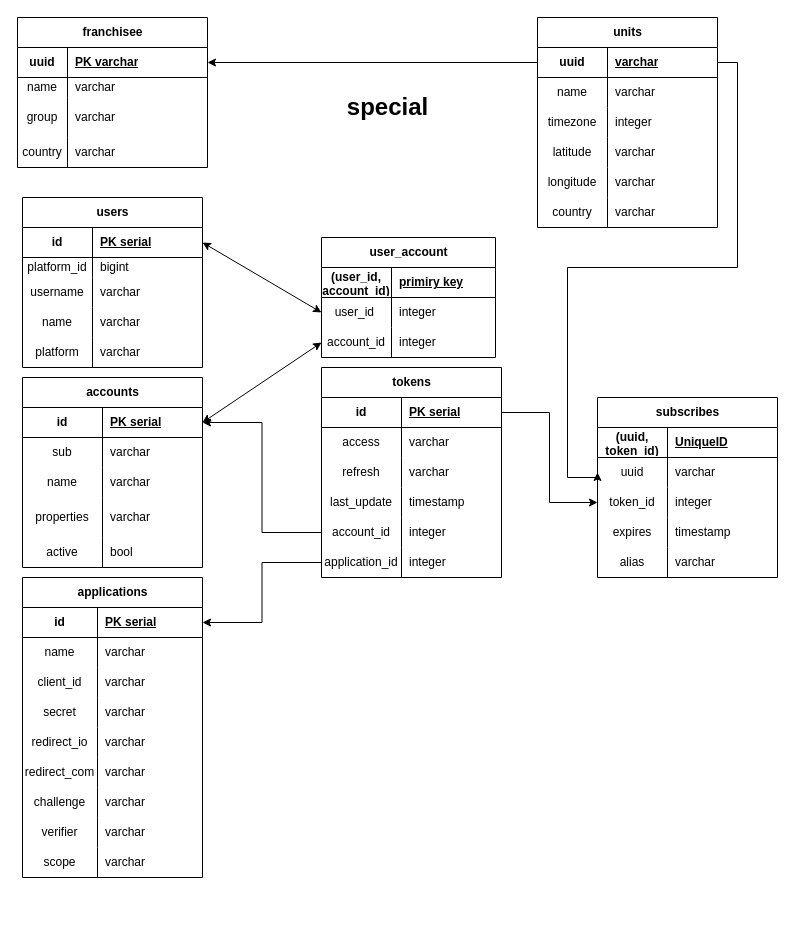
kha1l/services keeps this draw.io diagram as static/default.drawio. Above is the earlier version. Source tidied: cells renumbered, new cells numbered last; positions are measured from the earlier drawing's top-left corner, leaving out a move shared by most shapes. Both pictures are drawn from the tidied source at 100%, with x=0, y=0 at pixel (17, 17).
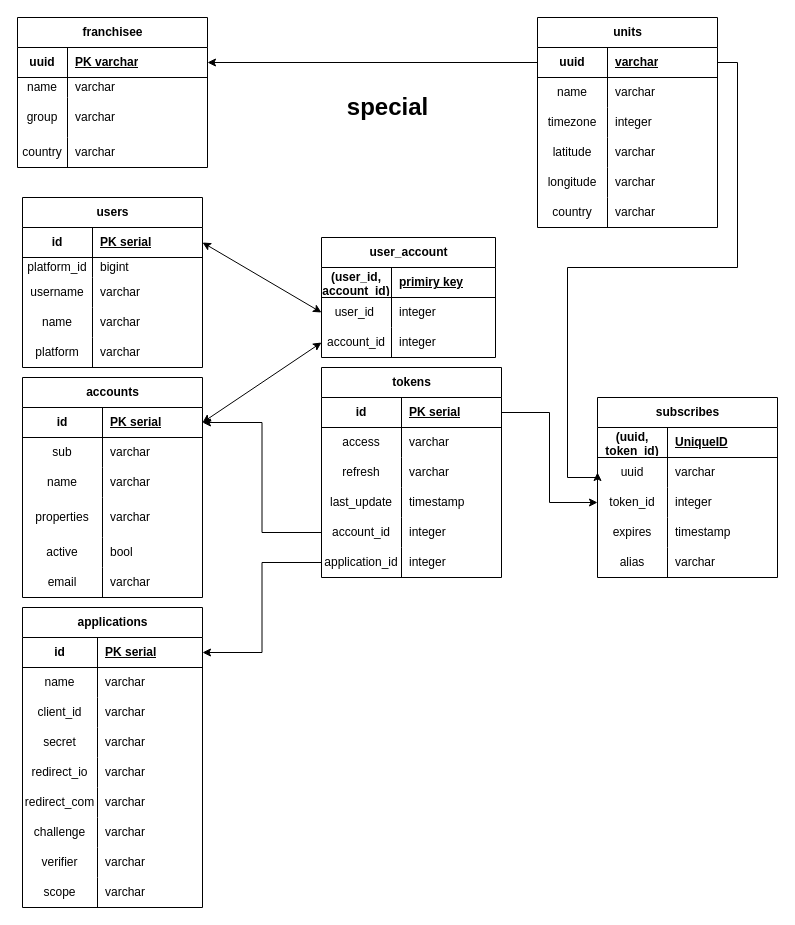
Above is the later version.

What changed in the source:
```diff
@@
     <mxCell id="31" value="accounts" style="shape=table;startSize=30;childLayout=tableLayout;rowLines=0;fontStyle=1;align=center;html=1;" parent="1" vertex="1">
-      <mxGeometry x="5" y="360" width="180" height="190" as="geometry" />
+      <mxGeometry x="5" y="360" width="180" height="220" as="geometry" />
     </mxCell>
@@
+    <mxCell id="147" style="shape=tableRow;horizontal=0;startSize=0;swimlaneHead=0;swimlaneBody=0;fillColor=none;top=0;left=0;right=0;bottom=0;" parent="31" vertex="1">
+      <mxGeometry y="190" width="180" height="30" as="geometry" />
+    </mxCell>
+    <mxCell id="148" value="email" style="shape=partialRectangle;fillColor=none;top=0;left=0;bottom=0;right=0;overflow=hidden;whiteSpace=wrap;html=1;" parent="147" vertex="1">
+      <mxGeometry width="80" height="30" as="geometry" />
+    </mxCell>
+    <mxCell id="149" value="varchar" style="shape=partialRectangle;fillColor=none;top=0;left=0;bottom=0;right=0;align=left;spacingLeft=6;overflow=hidden;whiteSpace=wrap;html=1;" parent="147" vertex="1">
+      <mxGeometry x="80" width="100" height="30" as="geometry" />
+    </mxCell>
@@
     <mxCell id="78" value="applications" style="shape=table;startSize=30;childLayout=tableLayout;rowLines=0;fontStyle=1;align=center;html=1;" parent="1" vertex="1">
-      <mxGeometry x="5" y="560" width="180" height="300" as="geometry" />
+      <mxGeometry x="5" y="590" width="180" height="300" as="geometry" />
     </mxCell>
```
